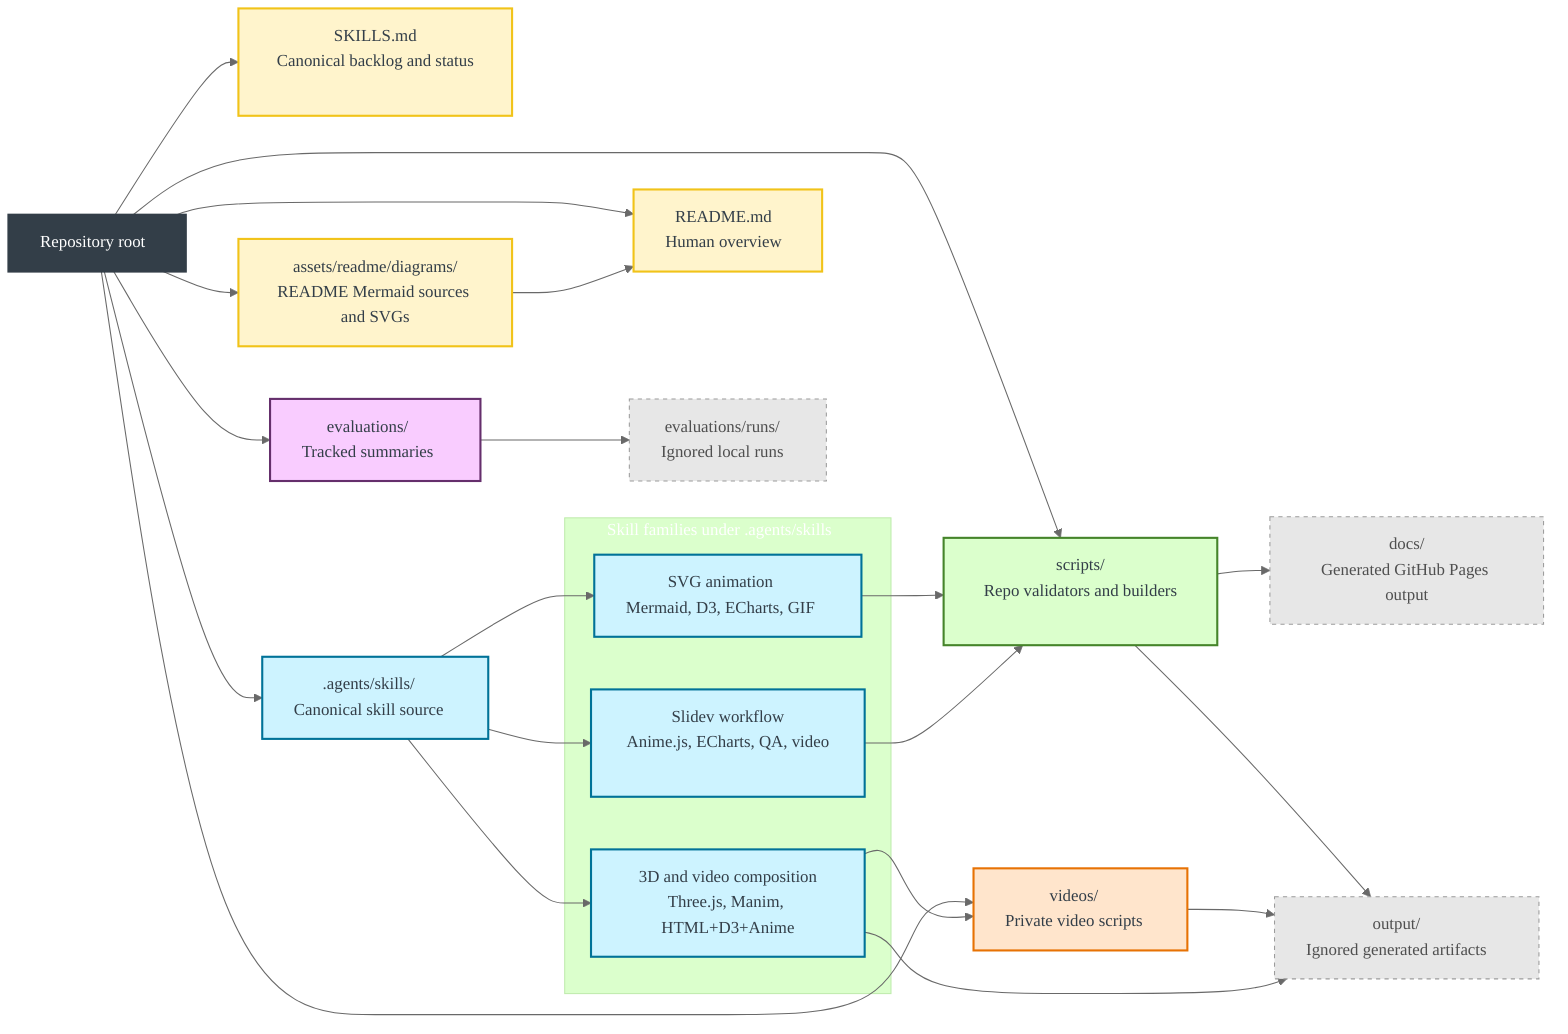
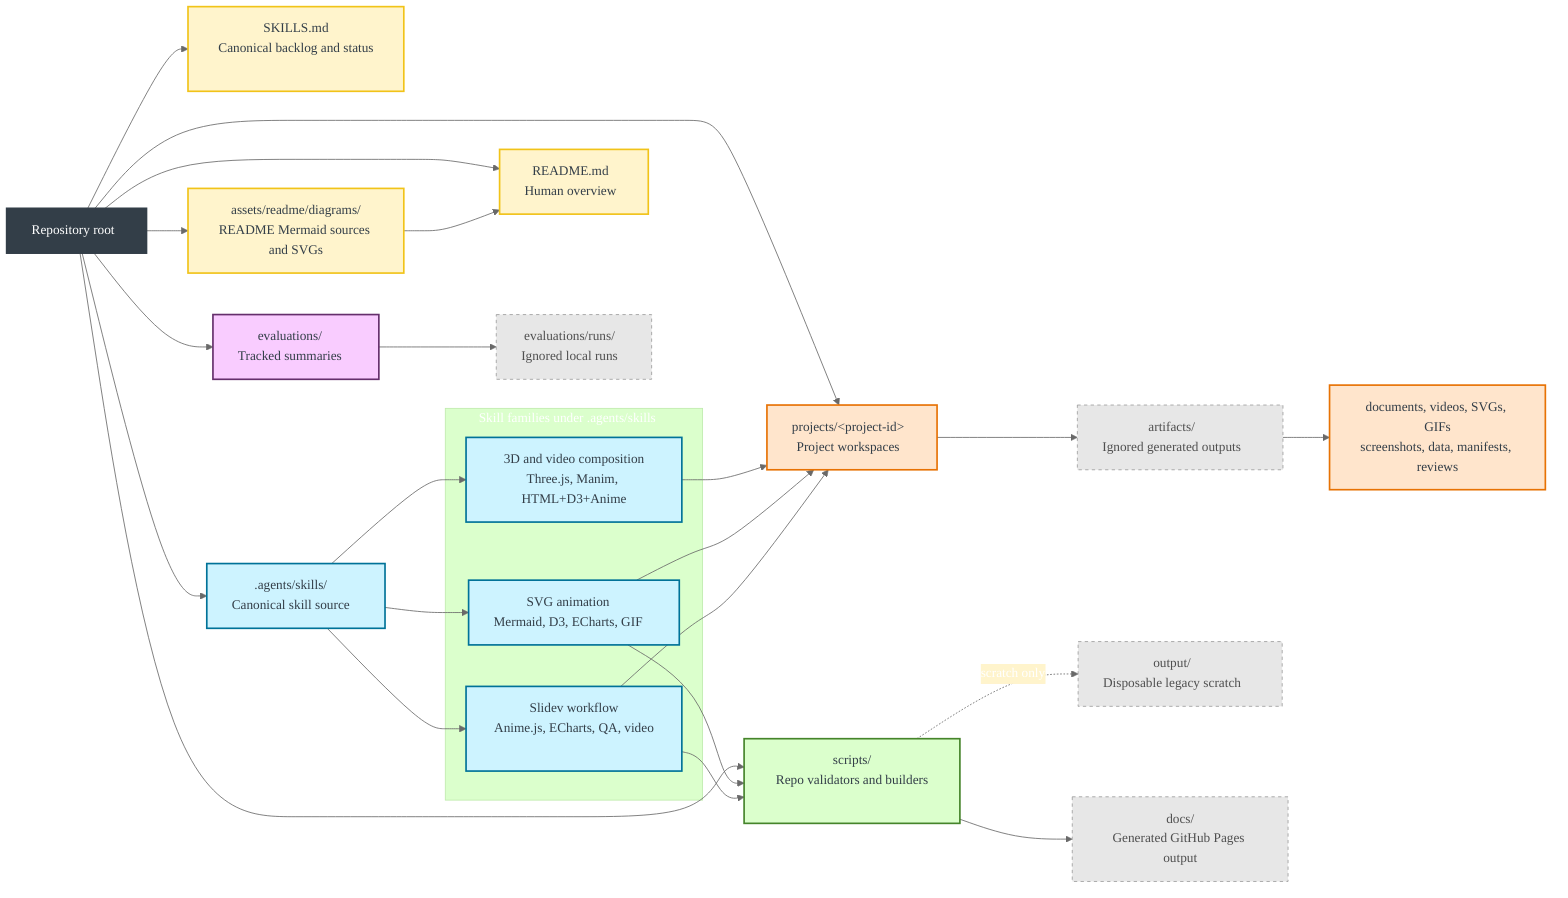
%%{init: {"theme": "base", "themeVariables": {"fontFamily": "Open Sans, Arial, sans-serif", "primaryColor": "#cdf3ff", "primaryTextColor": "#333e48", "primaryBorderColor": "#007298", "lineColor": "#696969", "secondaryColor": "#fff4cc", "tertiaryColor": "#dbffcc"}} }%%
flowchart LR
  Root["Repository root"]:::root
  Backlog["SKILLS.md<br/>Canonical backlog and status"]:::doc
  Readme["README.md<br/>Human overview"]:::doc
  Agents[".agents/skills/<br/>Canonical skill source"]:::skills
  Scripts["scripts/<br/>Repo validators and builders"]:::tool
  Evaluations["evaluations/<br/>Tracked summaries"]:::eval
  Runs["evaluations/runs/<br/>Ignored local runs"]:::ignored
-   Videos["videos/<br/>Private video scripts"]:::video
-   Output["output/<br/>Ignored generated artifacts"]:::ignored
+   Projects["projects/&lt;project-id&gt;<br/>Project workspaces"]:::project
+   Artifacts["artifacts/<br/>Ignored generated outputs"]:::ignored
+   ArtifactTypes["documents, videos, SVGs, GIFs<br/>screenshots, data, manifests, reviews"]:::project
+   Output["output/<br/>Disposable legacy scratch"]:::ignored
  Docs["docs/<br/>Generated GitHub Pages output"]:::ignored
  Assets["assets/readme/diagrams/<br/>README Mermaid sources and SVGs"]:::doc

  Root --> Backlog
  Root --> Readme
  Root --> Agents
  Root --> Scripts
  Root --> Evaluations
-   Root --> Videos
+   Root --> Projects
  Root --> Assets
  Scripts --> Docs
-   Scripts --> Output
+   Scripts -. "scratch only" .-> Output
  Evaluations --> Runs
-   Videos --> Output
+   Projects --> Artifacts
+   Artifacts --> ArtifactTypes
  Assets --> Readme

  subgraph SkillFamilies["Skill families under .agents/skills"]
    SVG["SVG animation<br/>Mermaid, D3, ECharts, GIF"]:::skills
    Slidev["Slidev workflow<br/>Anime.js, ECharts, QA, video"]:::skills
    Web3D["3D and video composition<br/>Three.js, Manim, HTML+D3+Anime"]:::skills
  end

  Agents --> SVG
  Agents --> Slidev
  Agents --> Web3D
  SVG --> Scripts
  Slidev --> Scripts
-   Web3D --> Videos
-   Web3D --> Output
+   Web3D --> Projects
+   SVG --> Projects
+   Slidev --> Projects

  classDef root fill:#333e48,color:#ffffff,stroke:#333e48,stroke-width:2px
  classDef skills fill:#cdf3ff,color:#333e48,stroke:#007298,stroke-width:2px
  classDef doc fill:#fff4cc,color:#333e48,stroke:#f1c319,stroke-width:2px
  classDef tool fill:#dbffcc,color:#333e48,stroke:#45842a,stroke-width:2px
  classDef eval fill:#f9ccff,color:#333e48,stroke:#652f6c,stroke-width:2px
-   classDef video fill:#ffe5cc,color:#333e48,stroke:#e77204,stroke-width:2px
+   classDef project fill:#ffe5cc,color:#333e48,stroke:#e77204,stroke-width:2px
  classDef ignored fill:#e7e7e7,color:#4f4f4f,stroke:#9c9c9c,stroke-dasharray: 4 4
